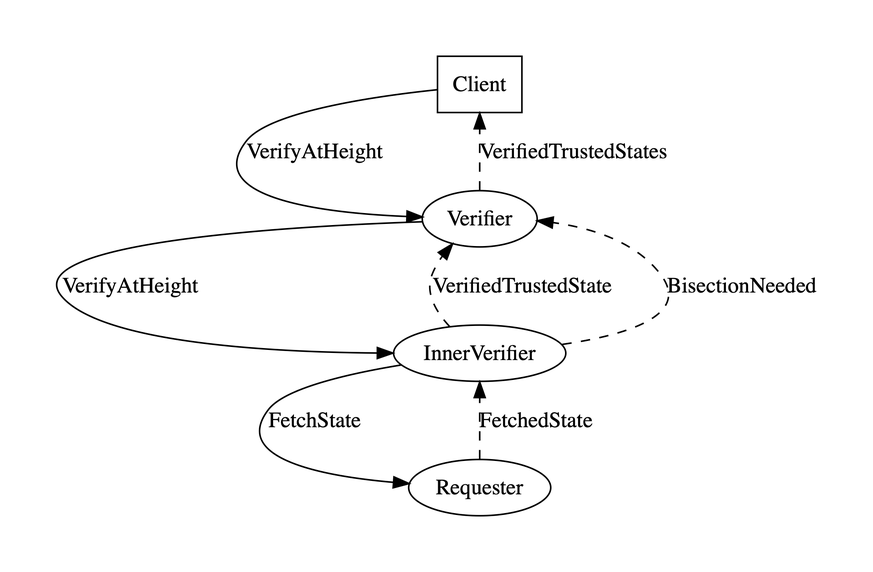
Before: light-spike/events.png, a diagram exported from Graphviz (shonfeder/tendermint-rs). Its source is kept beside it as light-spike/events.dot. The source it was exported from:
```dot
digraph G {
  dpi = 300.00;
  pad = 0.5;
  nodesep = 2;

  Client [shape = box];
  Client        -> Verifier      [label = "VerifyAtHeight"];
  Verifier      -> InnerVerifier [label = "VerifyAtHeight"];
  InnerVerifier -> Requester     [label = "FetchState"];
  Requester     -> InnerVerifier [label = "FetchedState",          style = dashed];
  InnerVerifier -> Verifier      [label = "VerifiedTrustedState",  style = dashed];
  InnerVerifier -> Verifier      [label = "BisectionNeeded",       style = dashed];
  Verifier      -> Client        [label = "VerifiedTrustedStates", style = dashed];
}
```
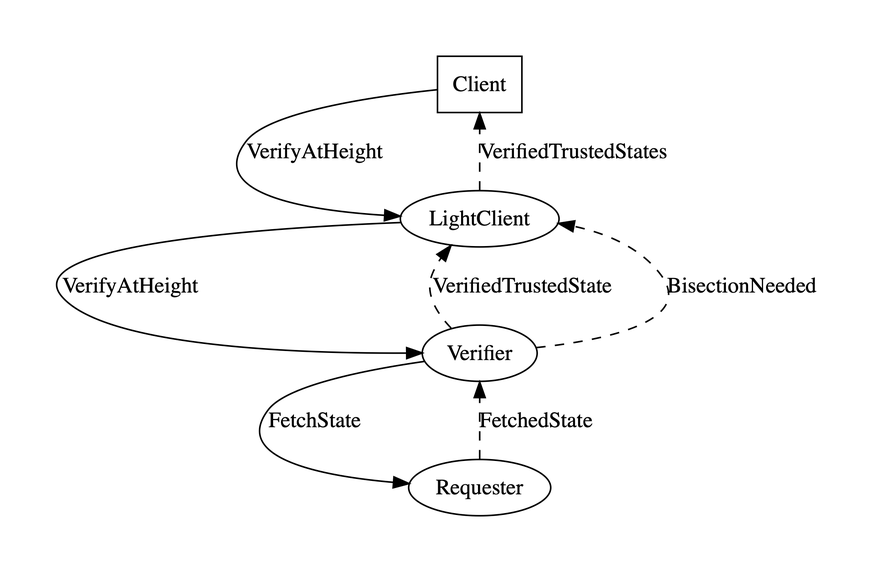
Above is the later version.

Change to the diagram source:
```diff
@@ -4,11 +4,11 @@
   nodesep = 2;
 
   Client [shape = box];
-  Client        -> Verifier      [label = "VerifyAtHeight"];
-  Verifier      -> InnerVerifier [label = "VerifyAtHeight"];
-  InnerVerifier -> Requester     [label = "FetchState"];
-  Requester     -> InnerVerifier [label = "FetchedState",          style = dashed];
-  InnerVerifier -> Verifier      [label = "VerifiedTrustedState",  style = dashed];
-  InnerVerifier -> Verifier      [label = "BisectionNeeded",       style = dashed];
-  Verifier      -> Client        [label = "VerifiedTrustedStates", style = dashed];
+  Client      -> LightClient  [label = "VerifyAtHeight"];
+  LightClient -> Verifier     [label = "VerifyAtHeight"];
+  Verifier    -> Requester    [label = "FetchState"];
+  Requester   -> Verifier     [label = "FetchedState",          style = dashed];
+  Verifier    -> LightClient  [label = "VerifiedTrustedState",  style = dashed];
+  Verifier    -> LightClient  [label = "BisectionNeeded",       style = dashed];
+  LightClient -> Client       [label = "VerifiedTrustedStates", style = dashed];
 }
```
